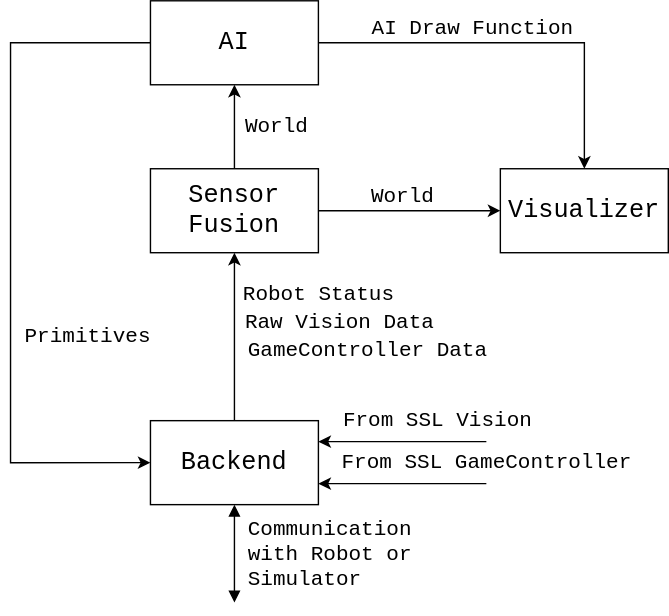
Before: docs/images/high_level_architecture_diagram.svg, a diagram exported from draw.io (UBC-Thunderbots/Software). Source tidied: cells renumbered, new cells last; positions are measured from the earlier drawing's top-left corner, leaving out a move shared by most shapes.
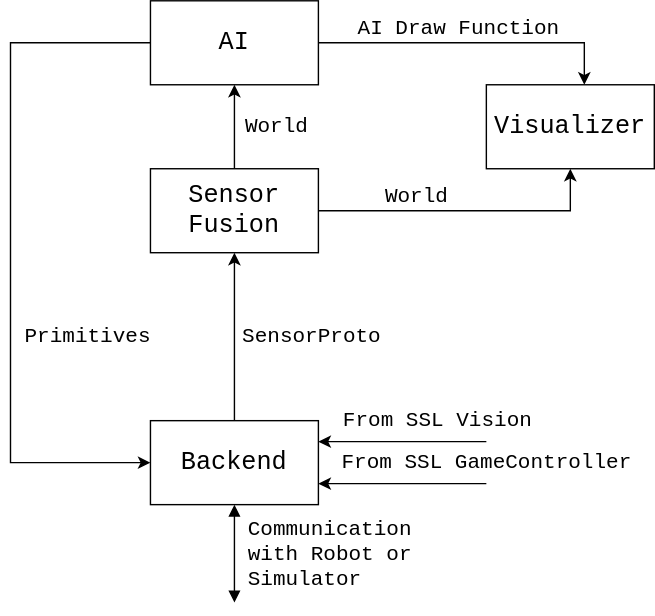
Later version of the same file.

Change to the diagram source:
```diff
@@ -32,24 +32,21 @@
       <mxGeometry x="100" y="300" width="120" height="60" as="geometry" />
     </mxCell>
     <mxCell id="8" value="Visualizer" style="whiteSpace=wrap;html=1;fontFamily=Courier New;fontSize=18;" parent="1" vertex="1">
-      <mxGeometry x="350" y="120" width="120" height="60" as="geometry" />
+      <mxGeometry x="340" y="60" width="120" height="60" as="geometry" />
     </mxCell>
-    <mxCell id="9" value="&lt;div&gt;Raw Vision Data&lt;/div&gt;" style="text;html=1;align=center;verticalAlign=middle;fillColor=none;strokeColor=none;rounded=0;fontFamily=Courier New;fontSize=15;" parent="1" vertex="1">
-      <mxGeometry x="160" y="220" width="150" height="20" as="geometry" />
-    </mxCell>
     <mxCell id="10" value="&lt;div&gt;Primitives&lt;/div&gt;" style="text;html=1;align=center;verticalAlign=middle;fillColor=none;strokeColor=none;rounded=0;fontFamily=Courier New;fontSize=15;" parent="1" vertex="1">
       <mxGeometry y="230" width="110" height="20" as="geometry" />
     </mxCell>
     <mxCell id="11" value="AI Draw Function" style="text;html=1;align=center;verticalAlign=middle;fillColor=none;strokeColor=none;rounded=0;fontFamily=Courier New;fontSize=15;" parent="1" vertex="1">
-      <mxGeometry x="250" y="10" width="160" height="20" as="geometry" />
+      <mxGeometry x="240" y="10" width="160" height="20" as="geometry" />
     </mxCell>
-    <mxCell id="12" value="Robot Status" style="text;html=1;align=center;verticalAlign=middle;fillColor=none;strokeColor=none;rounded=0;fontFamily=Courier New;fontSize=15;" parent="1" vertex="1">
-      <mxGeometry x="160" y="200" width="120" height="20" as="geometry" />
+    <mxCell id="12" value="SensorProto" style="text;html=1;align=center;verticalAlign=middle;fillColor=none;strokeColor=none;rounded=0;fontFamily=Courier New;fontSize=15;" parent="1" vertex="1">
+      <mxGeometry x="160" y="230" width="110" height="20" as="geometry" />
     </mxCell>
     <mxCell id="13" style="edgeStyle=orthogonalEdgeStyle;rounded=0;jettySize=auto;html=1;entryX=0.5;entryY=1;entryDx=0;entryDy=0;" parent="1" edge="1" source="15" target="4">
       <mxGeometry relative="1" as="geometry" />
     </mxCell>
-    <mxCell id="14" style="edgeStyle=orthogonalEdgeStyle;rounded=0;jettySize=auto;html=1;" parent="1" edge="1" source="15" target="8">
+    <mxCell id="14" style="edgeStyle=orthogonalEdgeStyle;rounded=0;jettySize=auto;html=1;entryX=0.5;entryY=1;entryDx=0;entryDy=0;" parent="1" edge="1" source="15" target="8">
       <mxGeometry relative="1" as="geometry" />
     </mxCell>
     <mxCell id="15" value="&lt;div&gt;Sensor Fusion&lt;/div&gt;" style="whiteSpace=wrap;html=1;fontFamily=Courier New;fontSize=18;" parent="1" vertex="1">
@@ -58,9 +55,6 @@
     <mxCell id="16" value="World" style="text;html=1;align=center;verticalAlign=middle;fillColor=none;strokeColor=none;rounded=0;fontFamily=Courier New;fontSize=15;" parent="1" vertex="1">
       <mxGeometry x="160" y="80" width="60" height="20" as="geometry" />
     </mxCell>
-    <mxCell id="17" value="&lt;div&gt;GameController Data&lt;/div&gt;" style="text;html=1;align=center;verticalAlign=middle;fillColor=none;strokeColor=none;rounded=0;fontFamily=Courier New;fontSize=15;" parent="1" vertex="1">
-      <mxGeometry x="160" y="240" width="190" height="20" as="geometry" />
-    </mxCell>
     <mxCell id="18" style="edgeStyle=orthogonalEdgeStyle;rounded=0;jettySize=auto;html=1;exitX=1;exitY=0.25;exitDx=0;exitDy=0;endArrow=none;endFill=0;startArrow=classic;startFill=1;" parent="1" edge="1" source="7">
       <mxGeometry relative="1" as="geometry">
         <mxPoint x="340" y="315" as="targetPoint" />
@@ -79,7 +73,7 @@
       </mxGeometry>
     </mxCell>
     <mxCell id="20" value="World" style="text;html=1;align=center;verticalAlign=middle;fillColor=none;strokeColor=none;rounded=0;fontFamily=Courier New;fontSize=15;" parent="1" vertex="1">
-      <mxGeometry x="250" y="130" width="60" height="20" as="geometry" />
+      <mxGeometry x="260" y="130" width="60" height="20" as="geometry" />
     </mxCell>
     <mxCell id="21" value="Communication with Robot or Simulator" style="text;align=left;verticalAlign=middle;fillColor=none;strokeColor=none;rounded=0;fontFamily=Courier New;fontSize=15;html=1;overflow=fill;html=1;whiteSpace=wrap;" parent="1" vertex="1">
       <mxGeometry x="170" y="370" width="130" height="50" as="geometry" />
```
